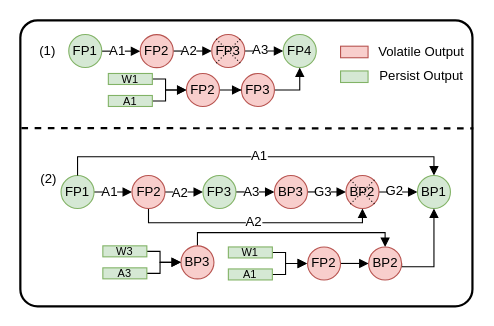
Earlier version of the draw.io diagram fig/recovery.drawio (icszhr/NCheck). Source tidied: cells renumbered, new cells numbered last; positions are measured from the earlier drawing's top-left corner, leaving out a move shared by most shapes. Both pictures are drawn from the tidied source at 110%, with x=0, y=0 at pixel (20, 20).
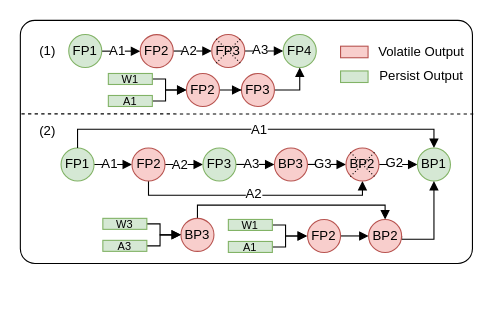
After the change.

Change to the diagram source:
```diff
@@
-    <mxCell id="2" style="rounded=1;whiteSpace=wrap;html=1;arcSize=6;strokeWidth=2;" parent="1" vertex="1">
-      <mxGeometry width="411" height="260" as="geometry" />
+    <mxCell id="2" style="rounded=1;whiteSpace=wrap;html=1;arcSize=6;strokeWidth=1;" parent="1" vertex="1">
+      <mxGeometry width="411" height="221" as="geometry" />
     </mxCell>
@@
     <mxCell id="10" value="FP1" style="ellipse;whiteSpace=wrap;html=1;fillColor=#d5e8d4;strokeColor=#82b366;" parent="1" vertex="1">
-      <mxGeometry x="37" y="141" width="30" height="30" as="geometry" />
+      <mxGeometry x="37" y="116" width="30" height="30" as="geometry" />
     </mxCell>
@@
     <mxCell id="12" style="edgeStyle=orthogonalEdgeStyle;rounded=0;jettySize=auto;html=1;entryX=0.5;entryY=1;entryDx=0;entryDy=0;exitX=0.5;exitY=1;exitDx=0;exitDy=0;endSize=6;endArrow=block;endFill=1;" parent="1" edge="1" source="13" target="30">
       <mxGeometry relative="1" as="geometry">
         <Array as="points">
-          <mxPoint x="117" y="184" />
-          <mxPoint x="311" y="184" />
+          <mxPoint x="117" y="159" />
+          <mxPoint x="311" y="159" />
         </Array>
       </mxGeometry>
     </mxCell>
     <mxCell id="13" value="FP2" style="ellipse;whiteSpace=wrap;html=1;fillColor=#f8cecc;strokeColor=#b85450;" parent="1" vertex="1">
-      <mxGeometry x="101.5" y="141" width="30" height="30" as="geometry" />
+      <mxGeometry x="101.5" y="116" width="30" height="30" as="geometry" />
     </mxCell>
     <mxCell id="14" style="edgeStyle=orthogonalEdgeStyle;rounded=0;jettySize=auto;html=1;entryX=0;entryY=0.5;entryDx=0;entryDy=0;endArrow=block;endFill=1;" parent="1" edge="1" source="16" target="18">
       <mxGeometry relative="1" as="geometry">
         <Array as="points">
-          <mxPoint x="181" y="156" />
-          <mxPoint x="181" y="156" />
+          <mxPoint x="181" y="131" />
+          <mxPoint x="181" y="131" />
         </Array>
       </mxGeometry>
     </mxCell>
     <mxCell id="15" style="edgeStyle=orthogonalEdgeStyle;rounded=0;jettySize=auto;html=1;entryX=0.5;entryY=0;entryDx=0;entryDy=0;exitX=0.5;exitY=0;exitDx=0;exitDy=0;endArrow=block;endFill=1;" parent="1" edge="1" source="10" target="33">
       <mxGeometry relative="1" as="geometry">
         <Array as="points">
-          <mxPoint x="52" y="124" />
-          <mxPoint x="376" y="124" />
+          <mxPoint x="52" y="99" />
+          <mxPoint x="376" y="99" />
         </Array>
       </mxGeometry>
     </mxCell>
     <mxCell id="16" value="FP3" style="ellipse;whiteSpace=wrap;html=1;fillColor=#d5e8d4;strokeColor=#82b366;" parent="1" vertex="1">
-      <mxGeometry x="166" y="141" width="30" height="30" as="geometry" />
+      <mxGeometry x="166" y="116" width="30" height="30" as="geometry" />
     </mxCell>
     <mxCell id="17" style="edgeStyle=orthogonalEdgeStyle;rounded=0;jettySize=auto;html=1;entryX=0;entryY=0.5;entryDx=0;entryDy=0;endArrow=block;endFill=1;" parent="1" edge="1" source="18" target="30">
       <mxGeometry relative="1" as="geometry">
         <Array as="points">
-          <mxPoint x="239" y="156" />
+          <mxPoint x="239" y="131" />
         </Array>
       </mxGeometry>
     </mxCell>
     <mxCell id="18" value="BP3" style="ellipse;whiteSpace=wrap;html=1;fillColor=#f8cecc;strokeColor=#b85450;" parent="1" vertex="1">
-      <mxGeometry x="231" y="141" width="30" height="30" as="geometry" />
+      <mxGeometry x="231" y="116" width="30" height="30" as="geometry" />
     </mxCell>
     <mxCell id="19" style="edgeStyle=orthogonalEdgeStyle;rounded=0;jettySize=auto;html=1;entryX=0.5;entryY=0;entryDx=0;entryDy=0;endArrow=block;endFill=1;exitX=0.5;exitY=0;exitDx=0;exitDy=0;" parent="1" edge="1" source="20" target="44">
       <mxGeometry relative="1" as="geometry">
         <Array as="points">
-          <mxPoint x="161" y="193" />
-          <mxPoint x="332" y="193" />
+          <mxPoint x="161" y="168" />
+          <mxPoint x="332" y="168" />
         </Array>
       </mxGeometry>
     </mxCell>
     <mxCell id="20" value="BP3" style="ellipse;whiteSpace=wrap;html=1;fillColor=#f8cecc;strokeColor=#b85450;" parent="1" vertex="1">
-      <mxGeometry x="146" y="205" width="30" height="30" as="geometry" />
+      <mxGeometry x="146" y="180" width="30" height="30" as="geometry" />
     </mxCell>
     <mxCell id="21" style="edgeStyle=orthogonalEdgeStyle;rounded=0;jettySize=auto;html=1;entryX=0;entryY=0.5;entryDx=0;entryDy=0;endArrow=block;endFill=1;" parent="1" edge="1" source="22" target="20">
       <mxGeometry relative="1" as="geometry">
         <Array as="points">
-          <mxPoint x="127" y="210" />
-          <mxPoint x="127" y="220" />
+          <mxPoint x="127" y="185" />
+          <mxPoint x="127" y="195" />
         </Array>
       </mxGeometry>
     </mxCell>
     <mxCell id="22" value="&lt;p style=&quot;line-height: 100%;&quot;&gt;&lt;font style=&quot;font-size: 10px;&quot;&gt;W3&lt;/font&gt;&lt;/p&gt;" style="rounded=0;whiteSpace=wrap;html=1;fillColor=#d5e8d4;strokeColor=#82b366;" parent="1" vertex="1">
-      <mxGeometry x="75" y="205" width="40" height="10" as="geometry" />
+      <mxGeometry x="75" y="180" width="40" height="10" as="geometry" />
     </mxCell>
     <mxCell id="23" style="edgeStyle=orthogonalEdgeStyle;rounded=0;jettySize=auto;html=1;entryX=0;entryY=0.5;entryDx=0;entryDy=0;endArrow=block;endFill=1;" parent="1" edge="1" source="24" target="20">
       <mxGeometry relative="1" as="geometry">
         <Array as="points">
-          <mxPoint x="127" y="230" />
-          <mxPoint x="127" y="220" />
+          <mxPoint x="127" y="205" />
+          <mxPoint x="127" y="195" />
         </Array>
       </mxGeometry>
     </mxCell>
     <mxCell id="24" value="&lt;p style=&quot;line-height: 100%;&quot;&gt;&lt;font style=&quot;font-size: 10px;&quot;&gt;A3&lt;/font&gt;&lt;/p&gt;" style="rounded=0;whiteSpace=wrap;html=1;fillColor=#d5e8d4;strokeColor=#82b366;" parent="1" vertex="1">
-      <mxGeometry x="75" y="225" width="40" height="10" as="geometry" />
+      <mxGeometry x="75" y="200" width="40" height="10" as="geometry" />
     </mxCell>
@@
     <mxCell id="26" value="(2)" style="text;html=1;align=center;verticalAlign=middle;whiteSpace=wrap;rounded=0;" parent="1" vertex="1">
-      <mxGeometry x="11" y="129" width="30" height="30" as="geometry" />
+      <mxGeometry x="10" y="86" width="30" height="30" as="geometry" />
     </mxCell>
@@
     <mxCell id="30" value="BP2" style="ellipse;whiteSpace=wrap;html=1;fillColor=#f8cecc;strokeColor=#b85450;" parent="1" vertex="1">
-      <mxGeometry x="296" y="141" width="30" height="30" as="geometry" />
+      <mxGeometry x="296" y="116" width="30" height="30" as="geometry" />
     </mxCell>
     <mxCell id="31" style="rounded=0;orthogonalLoop=1;jettySize=auto;html=1;exitX=0;exitY=0;exitDx=0;exitDy=0;entryX=0.86;entryY=0.868;entryDx=0;entryDy=0;strokeWidth=1;dashed=1;endArrow=none;endFill=0;dashPattern=1 2;entryPerimeter=0;" parent="1" edge="1">
       <mxGeometry relative="1" as="geometry">
-        <mxPoint x="300" y="145" as="sourcePoint" />
-        <mxPoint x="322" y="167" as="targetPoint" />
+        <mxPoint x="300" y="120" as="sourcePoint" />
+        <mxPoint x="322" y="142" as="targetPoint" />
       </mxGeometry>
     </mxCell>
     <mxCell id="32" style="rounded=0;orthogonalLoop=1;jettySize=auto;html=1;exitX=0;exitY=1;exitDx=0;exitDy=0;entryX=0.859;entryY=0.132;entryDx=0;entryDy=0;dashed=1;endArrow=none;endFill=0;dashPattern=1 2;entryPerimeter=0;" parent="1" edge="1">
       <mxGeometry relative="1" as="geometry">
-        <mxPoint x="300" y="167" as="sourcePoint" />
-        <mxPoint x="322" y="145" as="targetPoint" />
+        <mxPoint x="300" y="142" as="sourcePoint" />
+        <mxPoint x="322" y="120" as="targetPoint" />
       </mxGeometry>
     </mxCell>
     <mxCell id="33" value="BP1" style="ellipse;whiteSpace=wrap;html=1;fillColor=#d5e8d4;strokeColor=#82b366;" parent="1" vertex="1">
-      <mxGeometry x="361" y="141" width="30" height="30" as="geometry" />
+      <mxGeometry x="361" y="116" width="30" height="30" as="geometry" />
     </mxCell>
     <mxCell id="34" value="A2" style="text;html=1;align=center;verticalAlign=middle;whiteSpace=wrap;rounded=0;fillColor=default;" parent="1" vertex="1">
-      <mxGeometry x="205" y="178" width="15" height="10" as="geometry" />
+      <mxGeometry x="205" y="153" width="15" height="10" as="geometry" />
     </mxCell>
     <mxCell id="35" value="A1" style="text;html=1;align=center;verticalAlign=middle;whiteSpace=wrap;rounded=0;fillColor=default;" parent="1" vertex="1">
-      <mxGeometry x="210" y="113" width="15" height="20" as="geometry" />
+      <mxGeometry x="210" y="90" width="15" height="20" as="geometry" />
     </mxCell>
     <mxCell id="36" value="G2" style="text;html=1;align=center;verticalAlign=middle;whiteSpace=wrap;rounded=0;fillColor=default;" parent="1" vertex="1">
-      <mxGeometry x="334" y="145" width="13" height="20" as="geometry" />
+      <mxGeometry x="334" y="120" width="13" height="20" as="geometry" />
     </mxCell>
     <mxCell id="37" style="edgeStyle=orthogonalEdgeStyle;rounded=0;jettySize=auto;html=1;entryX=0;entryY=0.5;entryDx=0;entryDy=0;endArrow=block;endFill=1;" parent="1" edge="1" source="38">
       <mxGeometry relative="1" as="geometry">
-        <mxPoint x="260.6" y="221" as="targetPoint" />
+        <mxPoint x="260.6" y="196" as="targetPoint" />
         <Array as="points">
-          <mxPoint x="241.1" y="211" />
-          <mxPoint x="241.1" y="221" />
+          <mxPoint x="241.1" y="186" />
+          <mxPoint x="241.1" y="196" />
         </Array>
       </mxGeometry>
     </mxCell>
     <mxCell id="38" value="&lt;p style=&quot;line-height: 100%;&quot;&gt;&lt;font style=&quot;font-size: 10px;&quot;&gt;W1&lt;/font&gt;&lt;/p&gt;" style="rounded=0;whiteSpace=wrap;html=1;fillColor=#d5e8d4;strokeColor=#82b366;" parent="1" vertex="1">
-      <mxGeometry x="189.1" y="206" width="40" height="10" as="geometry" />
+      <mxGeometry x="189.1" y="181" width="40" height="10" as="geometry" />
     </mxCell>
     <mxCell id="39" style="edgeStyle=orthogonalEdgeStyle;rounded=0;jettySize=auto;html=1;entryX=0;entryY=0.5;entryDx=0;entryDy=0;endArrow=block;endFill=1;" parent="1" edge="1" source="40">
       <mxGeometry relative="1" as="geometry">
-        <mxPoint x="260.6" y="221" as="targetPoint" />
+        <mxPoint x="260.6" y="196" as="targetPoint" />
         <Array as="points">
-          <mxPoint x="241.1" y="231" />
-          <mxPoint x="241.1" y="221" />
+          <mxPoint x="241.1" y="206" />
+          <mxPoint x="241.1" y="196" />
         </Array>
       </mxGeometry>
     </mxCell>
     <mxCell id="40" value="&lt;p style=&quot;line-height: 100%;&quot;&gt;&lt;font style=&quot;font-size: 10px;&quot;&gt;A1&lt;/font&gt;&lt;/p&gt;" style="rounded=0;whiteSpace=wrap;html=1;fillColor=#d5e8d4;strokeColor=#82b366;" parent="1" vertex="1">
-      <mxGeometry x="189.1" y="226" width="40" height="10" as="geometry" />
+      <mxGeometry x="189.1" y="201" width="40" height="10" as="geometry" />
     </mxCell>
@@
     <mxCell id="42" value="FP2" style="ellipse;whiteSpace=wrap;html=1;fillColor=#f8cecc;strokeColor=#b85450;" parent="1" vertex="1">
-      <mxGeometry x="261.1" y="206" width="30" height="30" as="geometry" />
+      <mxGeometry x="261.1" y="181" width="30" height="30" as="geometry" />
     </mxCell>
     <mxCell id="43" style="edgeStyle=orthogonalEdgeStyle;rounded=0;jettySize=auto;html=1;entryX=0.5;entryY=1;entryDx=0;entryDy=0;endArrow=block;endFill=1;exitX=1;exitY=0.5;exitDx=0;exitDy=0;" parent="1" edge="1" source="44" target="33">
       <mxGeometry relative="1" as="geometry">
         <Array as="points">
-          <mxPoint x="376" y="224" />
+          <mxPoint x="376" y="199" />
         </Array>
       </mxGeometry>
     </mxCell>
     <mxCell id="44" value="BP2" style="ellipse;whiteSpace=wrap;html=1;fillColor=#f8cecc;strokeColor=#b85450;" parent="1" vertex="1">
-      <mxGeometry x="316.6" y="206" width="30" height="30" as="geometry" />
+      <mxGeometry x="316.6" y="181" width="30" height="30" as="geometry" />
     </mxCell>
@@
     <mxCell id="49" value="G3" style="text;html=1;align=center;verticalAlign=middle;whiteSpace=wrap;rounded=0;fillColor=default;" parent="1" vertex="1">
-      <mxGeometry x="269" y="146" width="13" height="20" as="geometry" />
+      <mxGeometry x="269" y="121" width="13" height="20" as="geometry" />
     </mxCell>
     <mxCell id="50" value="A3" style="text;html=1;align=center;verticalAlign=middle;whiteSpace=wrap;rounded=0;fillColor=default;" parent="1" vertex="1">
-      <mxGeometry x="204" y="146" width="13" height="20" as="geometry" />
+      <mxGeometry x="204" y="121" width="13" height="20" as="geometry" />
     </mxCell>
     <mxCell id="51" value="A2" style="text;html=1;align=center;verticalAlign=middle;whiteSpace=wrap;rounded=0;fillColor=default;" parent="1" vertex="1">
-      <mxGeometry x="139" y="147" width="13" height="20" as="geometry" />
+      <mxGeometry x="139" y="122" width="13" height="20" as="geometry" />
     </mxCell>
     <mxCell id="52" value="A1" style="text;html=1;align=center;verticalAlign=middle;whiteSpace=wrap;rounded=0;fillColor=default;" parent="1" vertex="1">
-      <mxGeometry x="75" y="146" width="13" height="20" as="geometry" />
+      <mxGeometry x="75" y="121" width="13" height="20" as="geometry" />
     </mxCell>
@@
-    <mxCell id="65" style="endArrow=none;dashed=1;html=1;rounded=0;entryX=1.002;entryY=0.347;entryDx=0;entryDy=0;entryPerimeter=0;strokeWidth=2;" parent="1" edge="1">
+    <mxCell id="65" style="endArrow=none;dashed=1;html=1;rounded=0;entryX=1.002;entryY=0.347;entryDx=0;entryDy=0;entryPerimeter=0;strokeWidth=1;" parent="1" edge="1">
       <mxGeometry relative="1" as="geometry">
-        <mxPoint x="1" y="98" as="sourcePoint" />
-        <mxPoint x="411.8" y="98.2" as="targetPoint" />
+        <mxPoint x="1" y="85" as="sourcePoint" />
+        <mxPoint x="411.8" y="85.2" as="targetPoint" />
       </mxGeometry>
     </mxCell>
```
